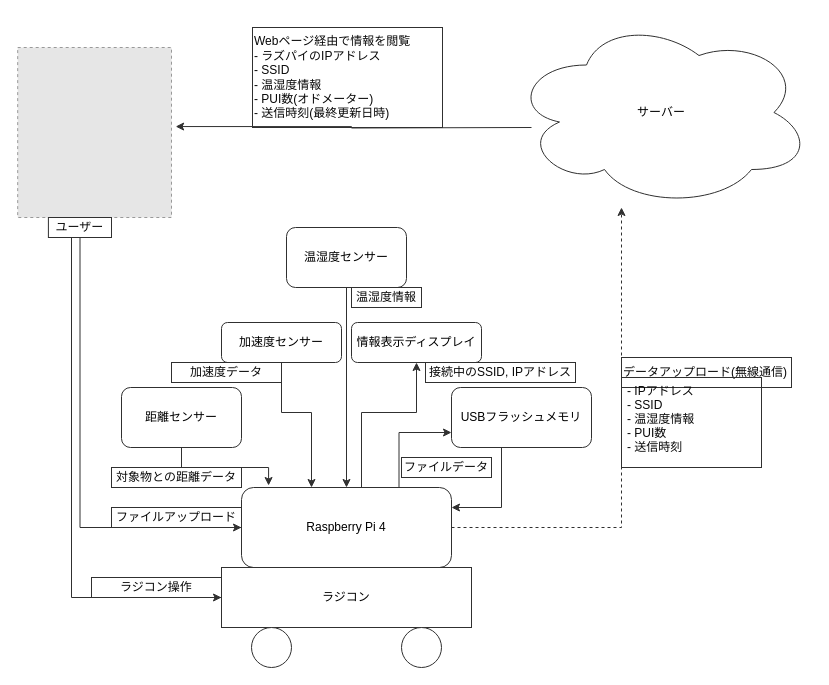
The draw.io diagram 概略図.drawio in PUIPUI-Ore-Car/kumikomi, before the edit. Source tidied: cells renumbered, new cells numbered last; positions are measured from the earlier drawing's top-left corner, leaving out a move shared by most shapes. Both pictures are drawn from the tidied source at 100%, with x=0, y=0 at pixel (17, 17). Pictures stored in the file or linked from it are replaced by grey dashed boxes.
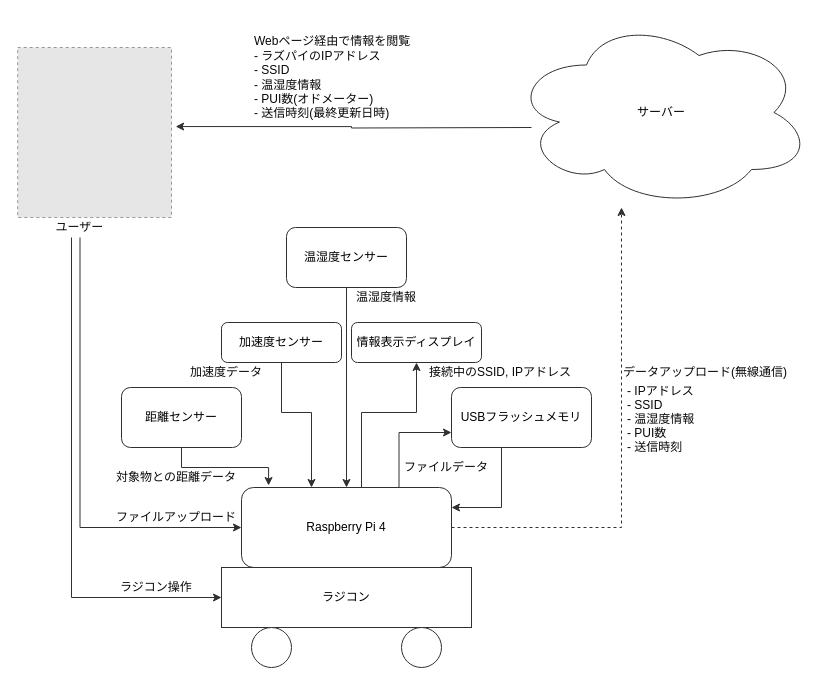
Above is the later version.

The edit, as a diff of the source:
```diff
@@
-<mxGraphModel>
+<mxGraphModel background="#ffffff">
@@
-    <mxCell id="16" value="対象物との距離データ" style="text;html=1;fillColor=none;align=center;verticalAlign=middle;whiteSpace=wrap;rounded=0;strokeColor=#303030;fontColor=#080808;" parent="1" vertex="1">
+    <mxCell id="16" value="対象物との距離データ" style="text;html=1;fillColor=none;align=center;verticalAlign=middle;whiteSpace=wrap;rounded=0;fontColor=#080808;" parent="1" vertex="1">
       <mxGeometry x="94" y="450" width="130" height="20" as="geometry" />
     </mxCell>
-    <mxCell id="17" value="加速度データ" style="text;html=1;fillColor=none;align=center;verticalAlign=middle;whiteSpace=wrap;rounded=0;strokeColor=#303030;fontColor=#080808;" parent="1" vertex="1">
+    <mxCell id="17" value="加速度データ" style="text;html=1;fillColor=none;align=center;verticalAlign=middle;whiteSpace=wrap;rounded=0;fontColor=#080808;" parent="1" vertex="1">
       <mxGeometry x="154" y="345" width="110" height="20" as="geometry" />
     </mxCell>
-    <mxCell id="18" value="ファイルデータ" style="text;html=1;fillColor=none;align=center;verticalAlign=middle;whiteSpace=wrap;rounded=0;strokeColor=#303030;fontColor=#080808;" parent="1" vertex="1">
+    <mxCell id="18" value="ファイルデータ" style="text;html=1;fillColor=none;align=center;verticalAlign=middle;whiteSpace=wrap;rounded=0;fontColor=#080808;" parent="1" vertex="1">
       <mxGeometry x="384" y="440" width="90" height="20" as="geometry" />
     </mxCell>
-    <mxCell id="19" value="接続中のSSID, IPアドレス" style="text;html=1;fillColor=none;align=center;verticalAlign=middle;whiteSpace=wrap;rounded=0;strokeColor=#303030;fontColor=#080808;" parent="1" vertex="1">
+    <mxCell id="19" value="接続中のSSID, IPアドレス" style="text;html=1;fillColor=none;align=center;verticalAlign=middle;whiteSpace=wrap;rounded=0;fontColor=#080808;" parent="1" vertex="1">
       <mxGeometry x="408" y="345" width="150" height="20" as="geometry" />
     </mxCell>
@@
-    <mxCell id="21" value="&lt;span style=&quot;font-weight: normal&quot;&gt;データアップロード(無線通信)&lt;/span&gt;" style="text;html=1;fillColor=none;align=left;verticalAlign=middle;whiteSpace=wrap;rounded=0;fontStyle=1;strokeColor=#303030;fontColor=#080808;" parent="1" vertex="1">
+    <mxCell id="21" value="&lt;span style=&quot;font-weight: normal&quot;&gt;データアップロード(無線通信)&lt;/span&gt;" style="text;html=1;fillColor=none;align=left;verticalAlign=middle;whiteSpace=wrap;rounded=0;fontStyle=1;fontColor=#080808;" parent="1" vertex="1">
       <mxGeometry x="604" y="340" width="170" height="30" as="geometry" />
     </mxCell>
-    <mxCell id="22" value="- IPアドレス&#10;- SSID&#10;- 温湿度情報&#10;- PUI数&#10;- 送信時刻" style="text;fillColor=none;align=left;verticalAlign=top;spacingLeft=4;spacingRight=4;overflow=hidden;strokeColor=#303030;fontColor=#080808;" parent="1" vertex="1">
+    <mxCell id="22" value="- IPアドレス&#10;- SSID&#10;- 温湿度情報&#10;- PUI数&#10;- 送信時刻" style="text;fillColor=none;align=left;verticalAlign=top;spacingLeft=4;spacingRight=4;overflow=hidden;fontColor=#080808;" parent="1" vertex="1">
       <mxGeometry x="604" y="360" width="140" height="90" as="geometry" />
     </mxCell>
@@
-    <mxCell id="25" value="ユーザー" style="text;html=1;fillColor=none;align=center;verticalAlign=middle;whiteSpace=wrap;rounded=0;strokeColor=#303030;fontColor=#080808;" parent="1" vertex="1">
+    <mxCell id="25" value="ユーザー" style="text;html=1;fillColor=none;align=center;verticalAlign=middle;whiteSpace=wrap;rounded=0;fontColor=#080808;" parent="1" vertex="1">
       <mxGeometry x="30.9" y="200" width="63.1" height="20" as="geometry" />
     </mxCell>
@@
-    <mxCell id="28" value="温湿度情報" style="text;html=1;fillColor=none;align=center;verticalAlign=middle;whiteSpace=wrap;rounded=0;strokeColor=#303030;fontColor=#080808;" parent="1" vertex="1">
+    <mxCell id="28" value="温湿度情報" style="text;html=1;fillColor=none;align=center;verticalAlign=middle;whiteSpace=wrap;rounded=0;fontColor=#080808;" parent="1" vertex="1">
       <mxGeometry x="334" y="270" width="70" height="20" as="geometry" />
     </mxCell>
-    <mxCell id="29" value="Webページ経由で情報を閲覧&lt;br&gt;- ラズパイのIPアドレス&lt;br&gt;- SSID&lt;br&gt;- 温湿度情報&lt;br&gt;- PUI数(オドメーター)&lt;br&gt;- 送信時刻(最終更新日時)" style="text;html=1;fillColor=none;align=left;verticalAlign=middle;whiteSpace=wrap;rounded=0;strokeColor=#303030;fontColor=#080808;" parent="1" vertex="1">
+    <mxCell id="29" value="Webページ経由で情報を閲覧&lt;br&gt;- ラズパイのIPアドレス&lt;br&gt;- SSID&lt;br&gt;- 温湿度情報&lt;br&gt;- PUI数(オドメーター)&lt;br&gt;- 送信時刻(最終更新日時)" style="text;html=1;fillColor=none;align=left;verticalAlign=middle;whiteSpace=wrap;rounded=0;fontColor=#080808;" parent="1" vertex="1">
       <mxGeometry x="235" y="10" width="190" height="100" as="geometry" />
     </mxCell>
@@
-    <mxCell id="31" value="ファイルアップロード" style="text;html=1;fillColor=none;align=center;verticalAlign=middle;whiteSpace=wrap;rounded=0;strokeColor=#303030;fontColor=#080808;" parent="1" vertex="1">
+    <mxCell id="31" value="ファイルアップロード" style="text;html=1;fillColor=none;align=center;verticalAlign=middle;whiteSpace=wrap;rounded=0;fontColor=#080808;" parent="1" vertex="1">
       <mxGeometry x="94" y="490" width="130" height="20" as="geometry" />
     </mxCell>
@@
-    <mxCell id="33" value="ラジコン操作" style="text;html=1;fillColor=none;align=center;verticalAlign=middle;whiteSpace=wrap;rounded=0;strokeColor=#303030;fontColor=#080808;" parent="1" vertex="1">
+    <mxCell id="33" value="ラジコン操作" style="text;html=1;fillColor=none;align=center;verticalAlign=middle;whiteSpace=wrap;rounded=0;fontColor=#080808;" parent="1" vertex="1">
       <mxGeometry x="74" y="560" width="130" height="20" as="geometry" />
     </mxCell>
```
